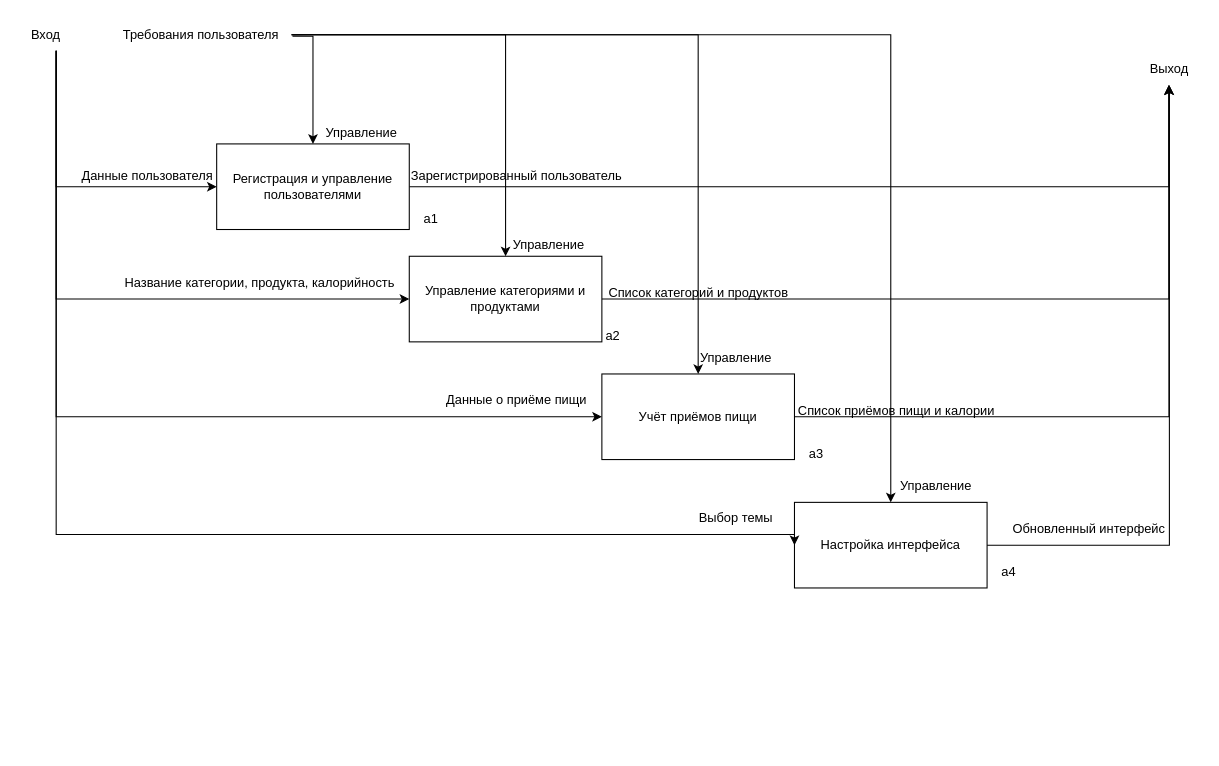
This is Диаграмма без названия.drawio from N-L-N/MyRepository, a draw.io file, before an edit. Source tidied: cells renumbered, new cells numbered last; positions are measured from the earlier drawing's top-left corner, leaving out a move shared by most shapes. Both pictures are drawn from the tidied source at 107%, with x=0, y=0 at pixel (18, 18).
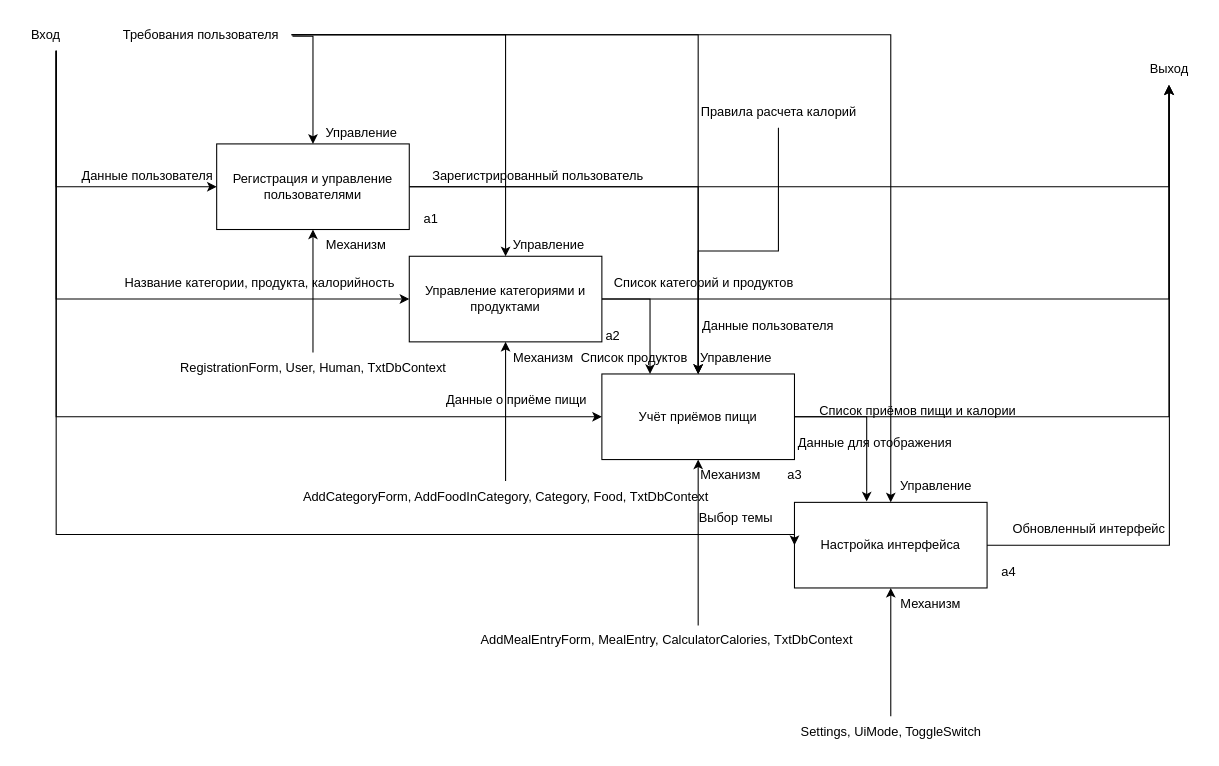
Above is the later version.

Unchanged cells that the change refers to:
```xml
<mxCell id="3" value="&lt;div&gt;Регистрация и управление пользователями&lt;/div&gt;" style="rounded=0;whiteSpace=wrap;html=1;" parent="1" vertex="1">
  <mxGeometry x="185" y="117" width="180" height="80" as="geometry" />
</mxCell>
<mxCell id="5" value="&lt;div&gt;Учёт приёмов пищи&lt;/div&gt;" style="rounded=0;whiteSpace=wrap;html=1;" parent="1" vertex="1">
  <mxGeometry x="545" y="332" width="180" height="80" as="geometry" />
</mxCell>
<mxCell id="7" value="&lt;div&gt;Управление категориями и продуктами&lt;/div&gt;" style="rounded=0;whiteSpace=wrap;html=1;" parent="1" vertex="1">
  <mxGeometry x="365" y="222" width="180" height="80" as="geometry" />
</mxCell>
<mxCell id="8" value="&lt;div&gt;Настройка интерфейса&lt;/div&gt;" style="rounded=0;whiteSpace=wrap;html=1;" parent="1" vertex="1">
  <mxGeometry x="725" y="452" width="180" height="80" as="geometry" />
</mxCell>
```

The edit, as a diff of the source:
```diff
@@
+    <mxCell id="37" style="edgeStyle=orthogonalEdgeStyle;rounded=0;jettySize=auto;html=1;exitX=1;exitY=0.5;exitDx=0;exitDy=0;" parent="1" edge="1" source="3" target="5">
+      <mxGeometry relative="1" as="geometry" />
+    </mxCell>
@@
+    <mxCell id="38" style="edgeStyle=orthogonalEdgeStyle;rounded=0;jettySize=auto;html=1;exitX=1;exitY=0.5;exitDx=0;exitDy=0;entryX=0.25;entryY=0;entryDx=0;entryDy=0;" parent="1" edge="1" source="7" target="5">
+      <mxGeometry relative="1" as="geometry" />
+    </mxCell>
@@
     <mxCell id="11" value="а3" style="text;html=1;align=center;verticalAlign=middle;strokeColor=none;fillColor=none;" parent="1" vertex="1">
-      <mxGeometry x="725" y="392" width="40" height="30" as="geometry" />
+      <mxGeometry x="705" y="412" width="40" height="30" as="geometry" />
     </mxCell>
@@
     <mxCell id="17" value="&lt;div&gt;Зарегистрированный пользователь&lt;/div&gt;" style="text;html=1;align=center;verticalAlign=middle;strokeColor=none;fillColor=none;" parent="1" vertex="1">
-      <mxGeometry x="355" y="132" width="220" height="30" as="geometry" />
+      <mxGeometry x="375" y="132" width="220" height="30" as="geometry" />
     </mxCell>
     <mxCell id="18" value="&lt;div&gt;Список категорий и продуктов&lt;/div&gt;" style="text;html=1;align=center;verticalAlign=middle;strokeColor=none;fillColor=none;" parent="1" vertex="1">
-      <mxGeometry x="540" y="242" width="190" height="30" as="geometry" />
+      <mxGeometry x="545" y="232" width="190" height="30" as="geometry" />
     </mxCell>
     <mxCell id="19" value="&lt;div&gt;Список приёмов пищи и калории&lt;/div&gt;" style="text;html=1;align=center;verticalAlign=middle;strokeColor=none;fillColor=none;" parent="1" vertex="1">
-      <mxGeometry x="715" y="352" width="210" height="30" as="geometry" />
+      <mxGeometry x="735" y="352" width="210" height="30" as="geometry" />
     </mxCell>
@@
+    <mxCell id="39" style="edgeStyle=orthogonalEdgeStyle;rounded=0;jettySize=auto;html=1;entryX=0.5;entryY=0;entryDx=0;entryDy=0;" parent="1" edge="1" source="40" target="5">
+      <mxGeometry relative="1" as="geometry" />
+    </mxCell>
+    <mxCell id="40" value="Правила расчета калорий" style="text;html=1;align=center;verticalAlign=middle;points=[];strokeColor=none;fillColor=none;" parent="1" vertex="1">
+      <mxGeometry x="625" y="72" width="170" height="30" as="geometry" />
+    </mxCell>
+    <mxCell id="41" style="edgeStyle=orthogonalEdgeStyle;rounded=0;jettySize=auto;html=1;entryX=0.5;entryY=1;entryDx=0;entryDy=0;" parent="1" edge="1" source="42" target="3">
+      <mxGeometry relative="1" as="geometry" />
+    </mxCell>
+    <mxCell id="42" value="&lt;div&gt;RegistrationForm, User, Human, TxtDbContext&lt;/div&gt;" style="text;html=1;align=center;verticalAlign=middle;points=[];strokeColor=none;fillColor=none;" parent="1" vertex="1">
+      <mxGeometry x="140" y="312" width="270" height="30" as="geometry" />
+    </mxCell>
+    <mxCell id="43" style="edgeStyle=orthogonalEdgeStyle;rounded=0;jettySize=auto;html=1;entryX=0.5;entryY=1;entryDx=0;entryDy=0;" parent="1" edge="1" source="44" target="7">
+      <mxGeometry relative="1" as="geometry" />
+    </mxCell>
+    <mxCell id="44" value="&lt;div&gt;AddCategoryForm, AddFoodInCategory, Category, Food, TxtDbContext&lt;/div&gt;" style="text;html=1;align=center;verticalAlign=middle;points=[];strokeColor=none;fillColor=none;" parent="1" vertex="1">
+      <mxGeometry x="255" y="432" width="400" height="30" as="geometry" />
+    </mxCell>
+    <mxCell id="45" style="edgeStyle=orthogonalEdgeStyle;rounded=0;jettySize=auto;html=1;entryX=0.5;entryY=1;entryDx=0;entryDy=0;" parent="1" edge="1" source="46" target="5">
+      <mxGeometry relative="1" as="geometry" />
+    </mxCell>
+    <mxCell id="46" value="&lt;div&gt;AddMealEntryForm, MealEntry, CalculatorCalories, TxtDbContext&lt;/div&gt;" style="text;whiteSpace=wrap;html=1;" parent="1" vertex="1">
+      <mxGeometry x="430" y="567" width="410" height="40" as="geometry" />
+    </mxCell>
+    <mxCell id="47" value="Механизм" style="text;html=1;align=center;verticalAlign=middle;strokeColor=none;fillColor=none;" parent="1" vertex="1">
+      <mxGeometry x="625" y="412" width="80" height="30" as="geometry" />
+    </mxCell>
+    <mxCell id="48" value="Механизм" style="text;html=1;align=center;verticalAlign=middle;strokeColor=none;fillColor=none;" parent="1" vertex="1">
+      <mxGeometry x="450" y="302" width="80" height="30" as="geometry" />
+    </mxCell>
+    <mxCell id="49" value="Механизм" style="text;html=1;align=center;verticalAlign=middle;strokeColor=none;fillColor=none;" parent="1" vertex="1">
+      <mxGeometry x="275" y="197" width="80" height="30" as="geometry" />
+    </mxCell>
+    <mxCell id="50" value="Механизм" style="text;html=1;align=center;verticalAlign=middle;strokeColor=none;fillColor=none;" parent="1" vertex="1">
+      <mxGeometry x="812" y="532" width="80" height="30" as="geometry" />
+    </mxCell>
+    <mxCell id="51" style="edgeStyle=orthogonalEdgeStyle;rounded=0;jettySize=auto;html=1;entryX=0.5;entryY=1;entryDx=0;entryDy=0;" parent="1" edge="1" source="52" target="8">
+      <mxGeometry relative="1" as="geometry" />
+    </mxCell>
+    <mxCell id="52" value="&lt;div&gt;Settings, UiMode, ToggleSwitch&lt;/div&gt;" style="text;html=1;align=center;verticalAlign=middle;points=[];strokeColor=none;fillColor=none;" parent="1" vertex="1">
+      <mxGeometry x="720" y="652" width="190" height="30" as="geometry" />
+    </mxCell>
+    <mxCell id="53" value="Данные пользователя" style="text;html=1;align=center;verticalAlign=middle;strokeColor=none;fillColor=none;" parent="1" vertex="1">
+      <mxGeometry x="625" y="272" width="150" height="30" as="geometry" />
+    </mxCell>
+    <mxCell id="54" value="Список продуктов" style="text;html=1;align=center;verticalAlign=middle;strokeColor=none;fillColor=none;" parent="1" vertex="1">
+      <mxGeometry x="515" y="302" width="120" height="30" as="geometry" />
+    </mxCell>
+    <mxCell id="55" style="edgeStyle=orthogonalEdgeStyle;rounded=0;jettySize=auto;html=1;exitX=1;exitY=0.5;exitDx=0;exitDy=0;entryX=0.375;entryY=-0.01;entryDx=0;entryDy=0;entryPerimeter=0;" parent="1" edge="1" source="5" target="8">
+      <mxGeometry relative="1" as="geometry" />
+    </mxCell>
+    <mxCell id="56" value="Данные для отображения" style="text;html=1;align=center;verticalAlign=middle;strokeColor=none;fillColor=none;" parent="1" vertex="1">
+      <mxGeometry x="715" y="382" width="170" height="30" as="geometry" />
+    </mxCell>
```
